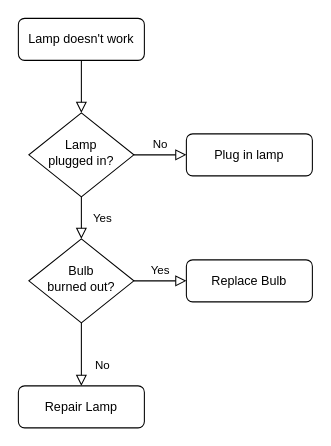
Above: note/Untitled Diagram.drawio in 195286381/file (draw.io), before the change. Source tidied: cells renumbered, new cells numbered last; positions are measured from the earlier drawing's top-left corner, leaving out a move shared by most shapes. Both pictures are drawn from the tidied source at 105%, with x=0, y=0 at pixel (18, 18).
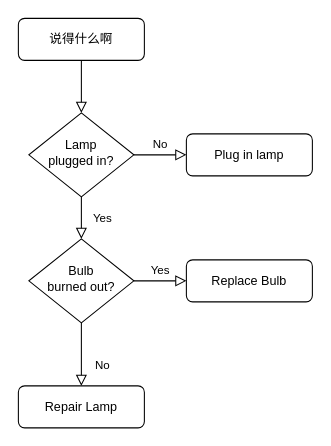
After the change.

The edit, as a diff of the source:
```diff
@@
 <mxGraphModel>
   <root>
     <mxCell id="0" />
     <mxCell id="1" parent="0" />
     <mxCell id="2" style="rounded=0;html=1;jettySize=auto;fontSize=11;endArrow=block;endFill=0;endSize=8;strokeWidth=1;shadow=0;labelBackgroundColor=none;edgeStyle=orthogonalEdgeStyle;" parent="1" edge="1" source="3" target="6">
       <mxGeometry relative="1" as="geometry" />
     </mxCell>
-    <mxCell id="3" value="Lamp doesn't work" style="rounded=1;whiteSpace=wrap;html=1;fontSize=12;glass=0;strokeWidth=1;shadow=0;" parent="1" vertex="1">
+    <mxCell id="3" value="说得什么啊" style="rounded=1;whiteSpace=wrap;html=1;fontSize=12;glass=0;strokeWidth=1;shadow=0;" parent="1" vertex="1">
       <mxGeometry width="120" height="40" as="geometry" />
     </mxCell>
     <mxCell id="4" value="Yes" style="rounded=0;html=1;jettySize=auto;fontSize=11;endArrow=block;endFill=0;endSize=8;strokeWidth=1;shadow=0;labelBackgroundColor=none;edgeStyle=orthogonalEdgeStyle;" parent="1" edge="1" source="6" target="10">
       <mxGeometry y="20" relative="1" as="geometry" />
     </mxCell>
     <mxCell id="5" value="No" style="edgeStyle=orthogonalEdgeStyle;rounded=0;html=1;jettySize=auto;fontSize=11;endArrow=block;endFill=0;endSize=8;strokeWidth=1;shadow=0;labelBackgroundColor=none;" parent="1" edge="1" source="6" target="7">
       <mxGeometry y="10" relative="1" as="geometry" />
     </mxCell>
     <mxCell id="6" value="Lamp&lt;br&gt;plugged in?" style="rhombus;whiteSpace=wrap;html=1;shadow=0;fontFamily=Helvetica;fontSize=12;align=center;strokeWidth=1;spacing=6;spacingTop=-4;" parent="1" vertex="1">
       <mxGeometry x="10" y="90" width="100" height="80" as="geometry" />
     </mxCell>
     <mxCell id="7" value="Plug in lamp" style="rounded=1;whiteSpace=wrap;html=1;fontSize=12;glass=0;strokeWidth=1;shadow=0;" parent="1" vertex="1">
       <mxGeometry x="160" y="110" width="120" height="40" as="geometry" />
     </mxCell>
     <mxCell id="8" value="No" style="rounded=0;html=1;jettySize=auto;fontSize=11;endArrow=block;endFill=0;endSize=8;strokeWidth=1;shadow=0;labelBackgroundColor=none;edgeStyle=orthogonalEdgeStyle;" parent="1" edge="1" source="10" target="11">
       <mxGeometry x="0.33" y="20" relative="1" as="geometry" />
     </mxCell>
     <mxCell id="9" value="Yes" style="edgeStyle=orthogonalEdgeStyle;rounded=0;html=1;jettySize=auto;fontSize=11;endArrow=block;endFill=0;endSize=8;strokeWidth=1;shadow=0;labelBackgroundColor=none;" parent="1" edge="1" source="10" target="12">
       <mxGeometry y="10" relative="1" as="geometry" />
     </mxCell>
     <mxCell id="10" value="Bulb&lt;br&gt;burned out?" style="rhombus;whiteSpace=wrap;html=1;shadow=0;fontFamily=Helvetica;fontSize=12;align=center;strokeWidth=1;spacing=6;spacingTop=-4;" parent="1" vertex="1">
       <mxGeometry x="10" y="210" width="100" height="80" as="geometry" />
     </mxCell>
     <mxCell id="11" value="Repair Lamp" style="rounded=1;whiteSpace=wrap;html=1;fontSize=12;glass=0;strokeWidth=1;shadow=0;" parent="1" vertex="1">
       <mxGeometry y="350" width="120" height="40" as="geometry" />
     </mxCell>
     <mxCell id="12" value="Replace Bulb" style="rounded=1;whiteSpace=wrap;html=1;fontSize=12;glass=0;strokeWidth=1;shadow=0;" parent="1" vertex="1">
       <mxGeometry x="160" y="230" width="120" height="40" as="geometry" />
     </mxCell>
   </root>
 </mxGraphModel>
```
